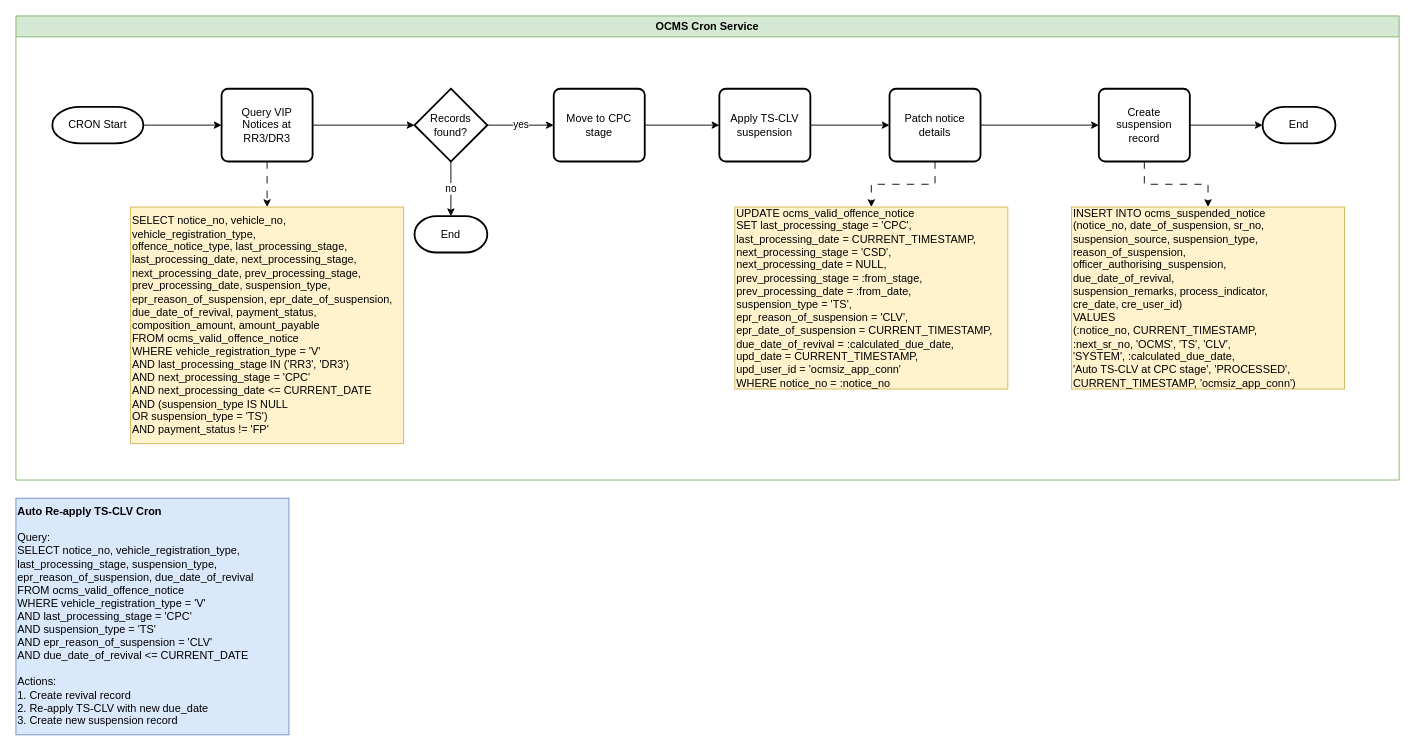
Earlier version of the draw.io diagram page "VIP_TS_CLV_Cron" (5 of 7) of OCMS 14/Section 6/OCMS14-Technical_Flowchart_Section_6.drawio (rafifmgg/techdoc). Source tidied: cells renumbered, new cells numbered last; positions are measured from the earlier drawing's top-left corner, leaving out a move shared by most shapes. Both pictures are drawn from the tidied source at 91%, with x=0, y=0 at pixel (15, 15).
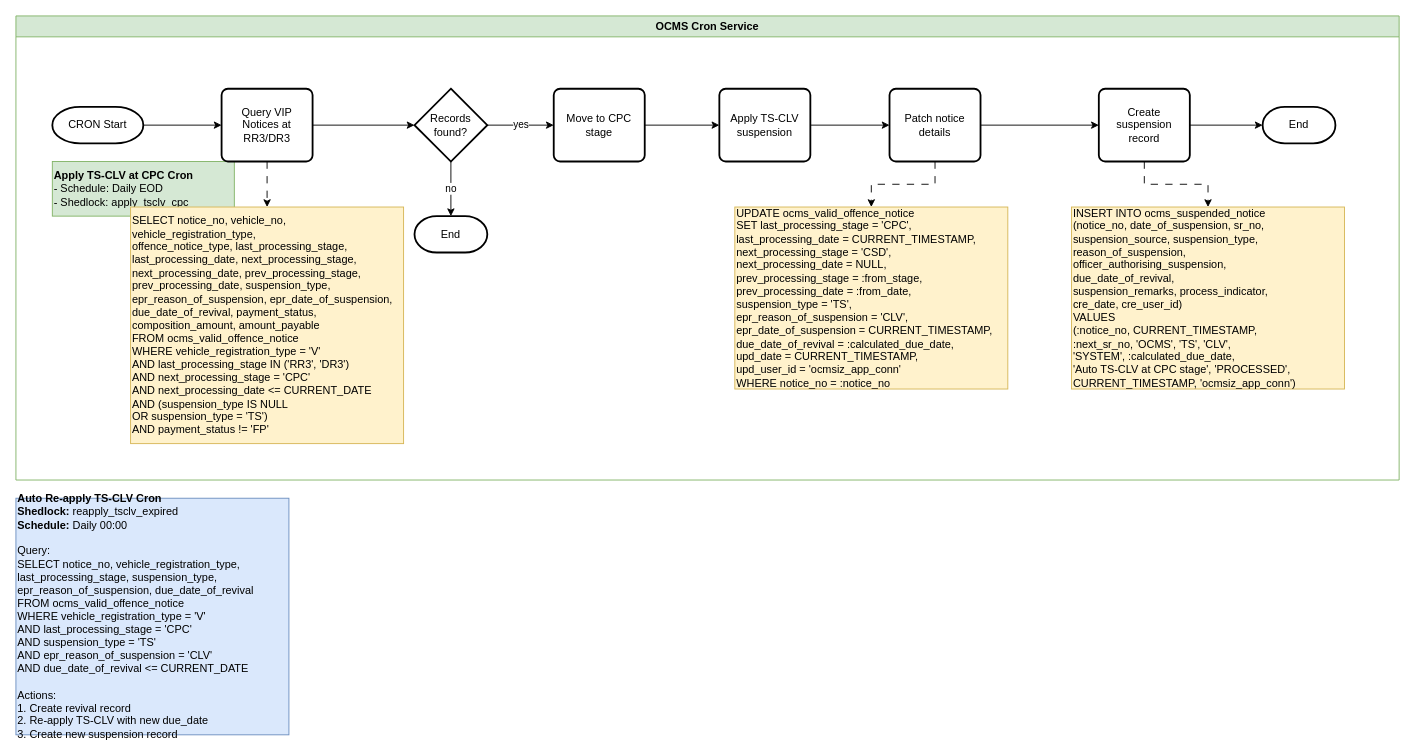
Above is the later version.

Unchanged cells that the change refers to:
```xml
<mxCell id="2" value="OCMS Cron Service" style="swimlane;whiteSpace=wrap;html=1;fillColor=#d5e8d4;strokeColor=#82b366;" parent="1" vertex="1">
  <mxGeometry width="1520" height="510" as="geometry" />
</mxCell>
```

Diff of the diagram source:
```diff
@@
+    <mxCell id="27" value="&lt;b&gt;Apply TS-CLV at CPC Cron&lt;/b&gt;&lt;div&gt;- Schedule: Daily EOD&lt;/div&gt;&lt;div&gt;- Shedlock: apply_tsclv_cpc&lt;/div&gt;" style="rounded=0;whiteSpace=wrap;html=1;align=left;strokeColor=#82b366;fillColor=#d5e8d4;" parent="2" vertex="1">
+      <mxGeometry x="40" y="160" width="200" height="60" as="geometry" />
+    </mxCell>
@@
-    <mxCell id="26" value="&lt;b&gt;Auto Re-apply TS-CLV Cron&lt;/b&gt;&lt;div&gt;&lt;br&gt;&lt;/div&gt;&lt;div&gt;Query:&lt;/div&gt;&lt;div&gt;SELECT notice_no, vehicle_registration_type,&lt;/div&gt;&lt;div&gt;last_processing_stage, suspension_type,&lt;/div&gt;&lt;div&gt;epr_reason_of_suspension, due_date_of_revival&lt;/div&gt;&lt;div&gt;FROM ocms_valid_offence_notice&lt;/div&gt;&lt;div&gt;WHERE vehicle_registration_type = 'V'&lt;/div&gt;&lt;div&gt;AND last_processing_stage = 'CPC'&lt;/div&gt;&lt;div&gt;AND suspension_type = 'TS'&lt;/div&gt;&lt;div&gt;AND epr_reason_of_suspension = 'CLV'&lt;/div&gt;&lt;div&gt;AND due_date_of_revival &amp;lt;= CURRENT_DATE&lt;/div&gt;&lt;div&gt;&lt;br&gt;&lt;/div&gt;&lt;div&gt;Actions:&lt;/div&gt;&lt;div&gt;1. Create revival record&lt;/div&gt;&lt;div&gt;2. Re-apply TS-CLV with new due_date&lt;/div&gt;&lt;div&gt;3. Create new suspension record&lt;/div&gt;" style="text;html=1;whiteSpace=wrap;strokeColor=#6c8ebf;fillColor=#dae8fc;align=left;verticalAlign=middle;rounded=0;" parent="1" vertex="1">
+    <mxCell id="26" value="&lt;b&gt;Auto Re-apply TS-CLV Cron&lt;/b&gt;&lt;div&gt;&lt;b&gt;Shedlock:&lt;/b&gt; reapply_tsclv_expired&lt;/div&gt;&lt;div&gt;&lt;b&gt;Schedule:&lt;/b&gt; Daily 00:00&lt;/div&gt;&lt;div&gt;&lt;br&gt;&lt;/div&gt;&lt;div&gt;Query:&lt;/div&gt;&lt;div&gt;SELECT notice_no, vehicle_registration_type,&lt;/div&gt;&lt;div&gt;last_processing_stage, suspension_type,&lt;/div&gt;&lt;div&gt;epr_reason_of_suspension, due_date_of_revival&lt;/div&gt;&lt;div&gt;FROM ocms_valid_offence_notice&lt;/div&gt;&lt;div&gt;WHERE vehicle_registration_type = 'V'&lt;/div&gt;&lt;div&gt;AND last_processing_stage = 'CPC'&lt;/div&gt;&lt;div&gt;AND suspension_type = 'TS'&lt;/div&gt;&lt;div&gt;AND epr_reason_of_suspension = 'CLV'&lt;/div&gt;&lt;div&gt;AND due_date_of_revival &amp;lt;= CURRENT_DATE&lt;/div&gt;&lt;div&gt;&lt;br&gt;&lt;/div&gt;&lt;div&gt;Actions:&lt;/div&gt;&lt;div&gt;1. Create revival record&lt;/div&gt;&lt;div&gt;2. Re-apply TS-CLV with new due_date&lt;/div&gt;&lt;div&gt;3. Create new suspension record&lt;/div&gt;" style="text;html=1;whiteSpace=wrap;strokeColor=#6c8ebf;fillColor=#dae8fc;align=left;verticalAlign=middle;rounded=0;" parent="1" vertex="1">
       <mxGeometry y="530" width="300" height="260" as="geometry" />
     </mxCell>
```
